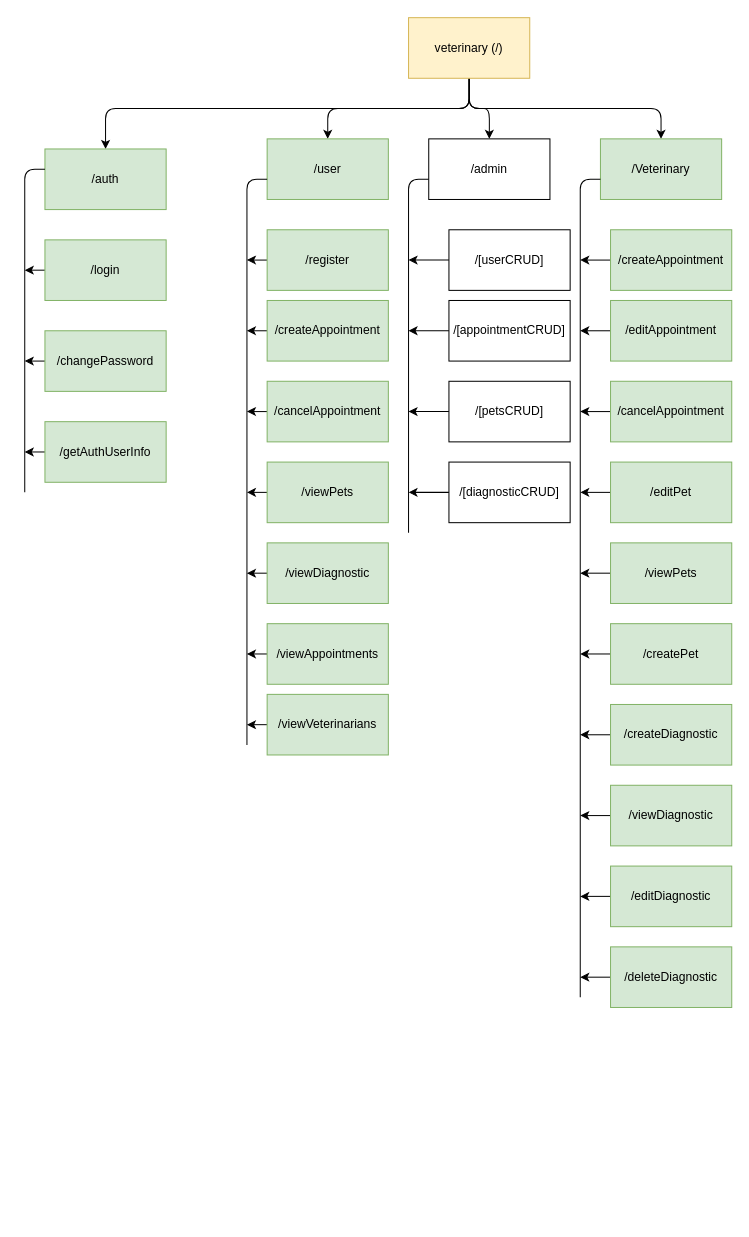
The draw.io diagram diagrams/NAV.drawio in fernandoach/API-VETERINARY, before the edit. Source tidied: cells renumbered, new cells numbered last; positions are measured from the earlier drawing's top-left corner, leaving out a move shared by most shapes. Both pictures are drawn from the tidied source at 101%, with x=0, y=0 at pixel (24, 17).
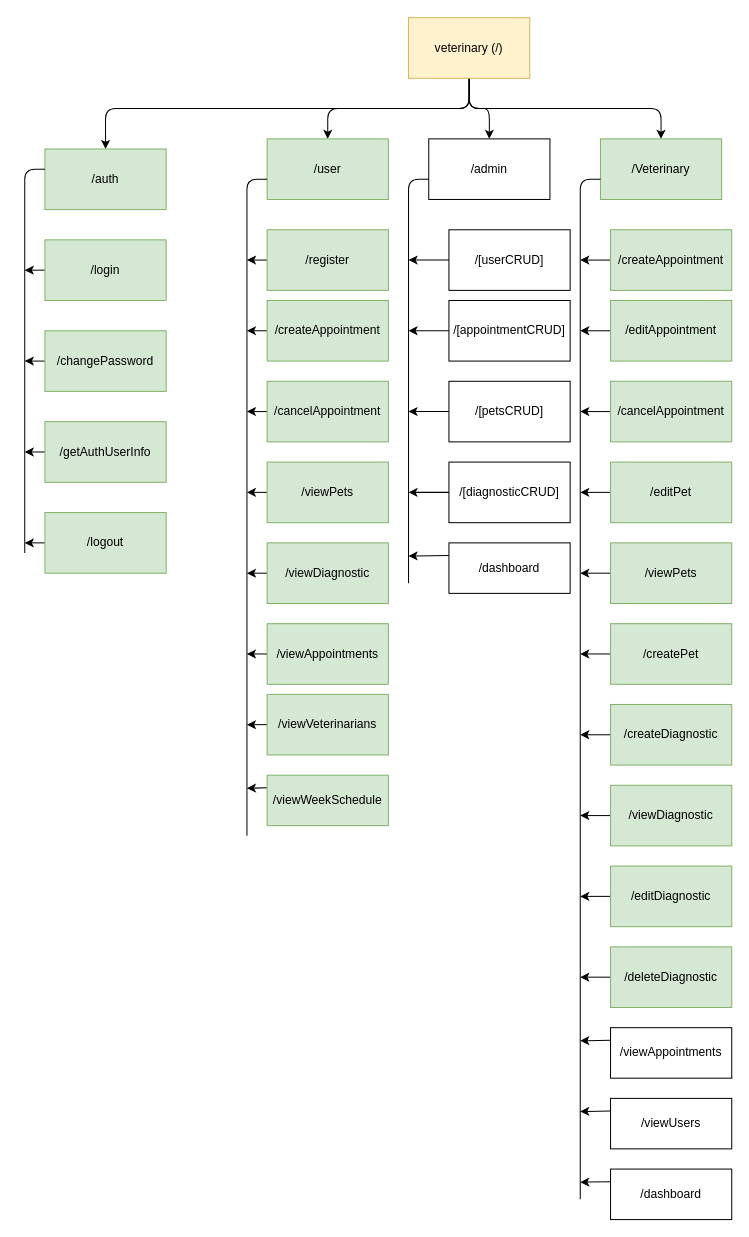
After the change.

The edit, as a diff of the source:
```diff
@@
     <mxCell id="44" style="endArrow=none;html=1;" parent="1" edge="1">
       <mxGeometry relative="1" as="geometry">
-        <mxPoint x="220" y="720" as="sourcePoint" />
+        <mxPoint x="220" y="810" as="sourcePoint" />
         <mxPoint x="240" y="160" as="targetPoint" />
         <Array as="points">
           <mxPoint x="220" y="160" />
         </Array>
       </mxGeometry>
     </mxCell>
     <mxCell id="45" style="endArrow=none;html=1;" parent="1" edge="1">
       <mxGeometry relative="1" as="geometry">
-        <mxPoint x="380" y="510" as="sourcePoint" />
+        <mxPoint x="380" y="560" as="sourcePoint" />
         <mxPoint x="400" y="160" as="targetPoint" />
         <Array as="points">
           <mxPoint x="380" y="160" />
         </Array>
       </mxGeometry>
     </mxCell>
     <mxCell id="46" style="endArrow=none;html=1;" parent="1" edge="1">
       <mxGeometry relative="1" as="geometry">
-        <mxPoint x="550" y="970" as="sourcePoint" />
+        <mxPoint x="550" y="1170" as="sourcePoint" />
         <mxPoint x="570" y="160" as="targetPoint" />
         <Array as="points">
           <mxPoint x="550" y="160" />
         </Array>
       </mxGeometry>
     </mxCell>
@@
     <mxCell id="48" style="endArrow=none;html=1;" parent="1" edge="1">
       <mxGeometry relative="1" as="geometry">
-        <mxPoint y="470" as="sourcePoint" />
+        <mxPoint y="530" as="sourcePoint" />
         <mxPoint x="20" y="150" as="targetPoint" />
         <Array as="points">
           <mxPoint y="150" />
         </Array>
       </mxGeometry>
     </mxCell>
@@
+    <mxCell id="63" style="edgeStyle=none;html=1;" parent="1" edge="1" source="64">
+      <mxGeometry relative="1" as="geometry">
+        <mxPoint y="520" as="targetPoint" />
+      </mxGeometry>
+    </mxCell>
+    <mxCell id="64" value="/logout" style="rounded=0;whiteSpace=wrap;html=1;fillColor=#d5e8d4;strokeColor=#82b366;" parent="1" vertex="1">
+      <mxGeometry x="20" y="490" width="120" height="60" as="geometry" />
+    </mxCell>
+    <mxCell id="65" style="edgeStyle=none;html=1;exitX=0;exitY=0.25;exitDx=0;exitDy=0;" parent="1" edge="1" source="66">
+      <mxGeometry relative="1" as="geometry">
+        <mxPoint x="220" y="763" as="targetPoint" />
+      </mxGeometry>
+    </mxCell>
+    <mxCell id="66" value="/viewWeekSchedule" style="rounded=0;whiteSpace=wrap;html=1;fillColor=#d5e8d4;strokeColor=#82b366;" parent="1" vertex="1">
+      <mxGeometry x="240" y="750" width="120" height="50" as="geometry" />
+    </mxCell>
+    <mxCell id="67" style="edgeStyle=none;html=1;exitX=0;exitY=0.25;exitDx=0;exitDy=0;" parent="1" edge="1" source="68">
+      <mxGeometry relative="1" as="geometry">
+        <mxPoint x="550" y="1013" as="targetPoint" />
+      </mxGeometry>
+    </mxCell>
+    <mxCell id="68" value="/viewAppointments" style="rounded=0;whiteSpace=wrap;html=1;" parent="1" vertex="1">
+      <mxGeometry x="580" y="1000" width="120" height="50" as="geometry" />
+    </mxCell>
+    <mxCell id="69" style="edgeStyle=none;html=1;exitX=0;exitY=0.25;exitDx=0;exitDy=0;" parent="1" edge="1" source="70">
+      <mxGeometry relative="1" as="geometry">
+        <mxPoint x="550" y="1083" as="targetPoint" />
+      </mxGeometry>
+    </mxCell>
+    <mxCell id="70" value="/viewUsers" style="rounded=0;whiteSpace=wrap;html=1;" parent="1" vertex="1">
+      <mxGeometry x="580" y="1070" width="120" height="50" as="geometry" />
+    </mxCell>
+    <mxCell id="71" style="edgeStyle=none;html=1;exitX=0;exitY=0.25;exitDx=0;exitDy=0;" parent="1" edge="1" source="72">
+      <mxGeometry relative="1" as="geometry">
+        <mxPoint x="550" y="1153" as="targetPoint" />
+      </mxGeometry>
+    </mxCell>
+    <mxCell id="72" value="/dashboard" style="rounded=0;whiteSpace=wrap;html=1;" parent="1" vertex="1">
+      <mxGeometry x="580" y="1140" width="120" height="50" as="geometry" />
+    </mxCell>
+    <mxCell id="73" style="edgeStyle=none;html=1;exitX=0;exitY=0.25;exitDx=0;exitDy=0;" parent="1" edge="1" source="74">
+      <mxGeometry relative="1" as="geometry">
+        <mxPoint x="380" y="533" as="targetPoint" />
+      </mxGeometry>
+    </mxCell>
+    <mxCell id="74" value="/dashboard" style="rounded=0;whiteSpace=wrap;html=1;" parent="1" vertex="1">
+      <mxGeometry x="420" y="520" width="120" height="50" as="geometry" />
+    </mxCell>
```
